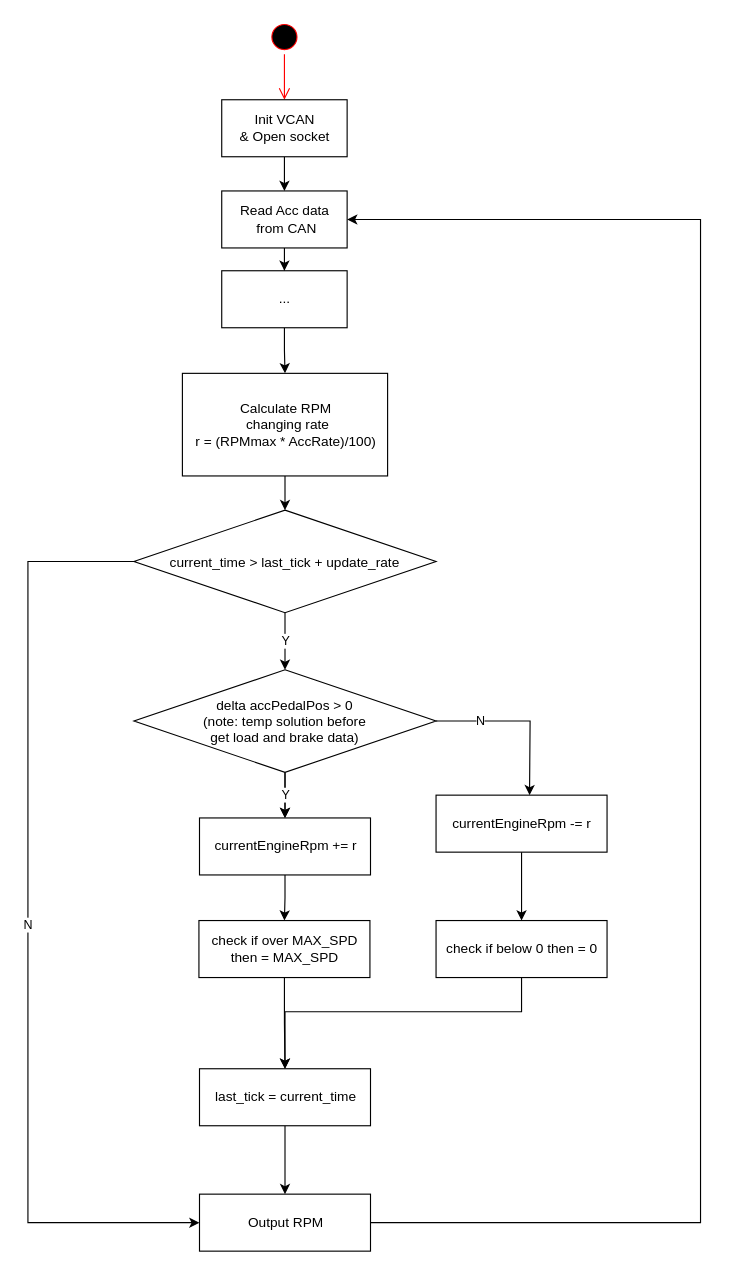
This is Requirements/ControlFlowDiagram.drawio from yongsenliu/Ramone, a draw.io file, before an edit. Source tidied: cells renumbered, new cells numbered last; positions are measured from the earlier drawing's top-left corner, leaving out a move shared by most shapes. Both pictures are drawn from the tidied source at 114%, with x=0, y=0 at pixel (27, 19).
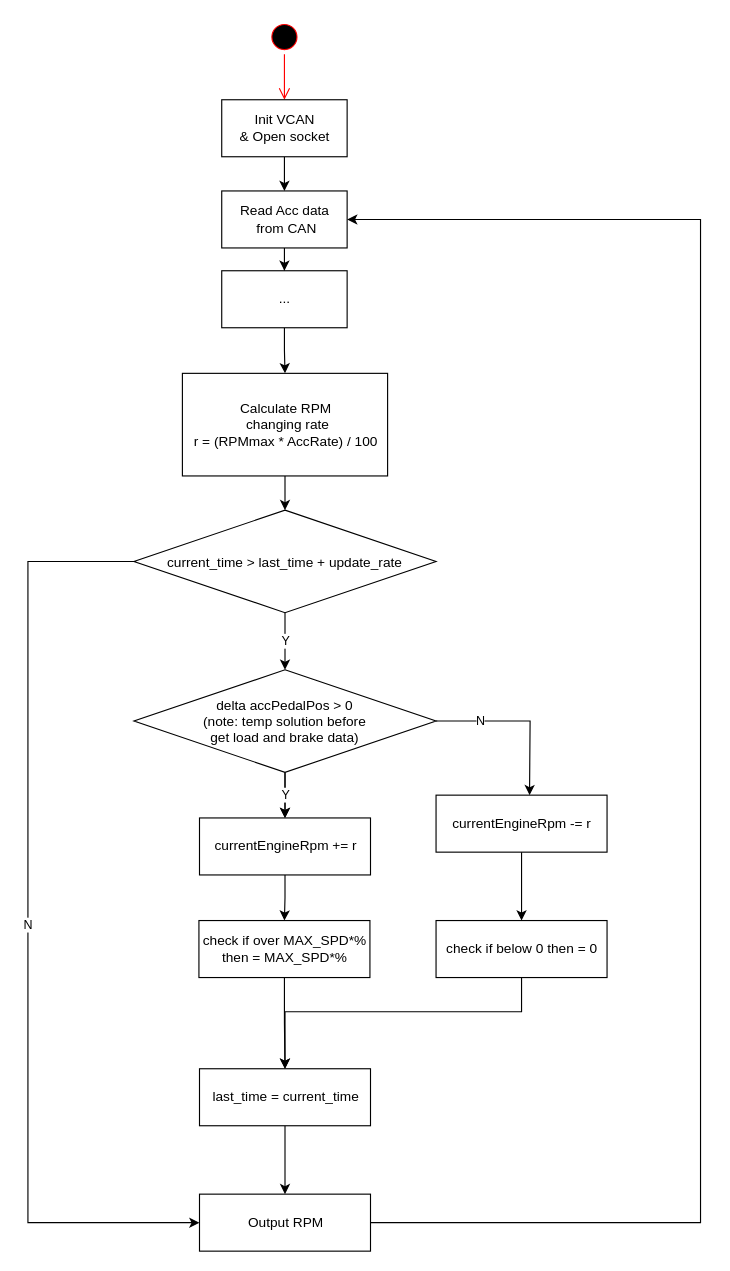
Above is the later version.

The edit, as a diff of the source:
```diff
@@
-    <mxCell id="8" value="current_time &gt; last_tick + update_rate" style="rhombus;" parent="1" vertex="1">
+    <mxCell id="8" value="current_time &gt; last_time + update_rate" style="rhombus;" parent="1" vertex="1">
       <mxGeometry x="93" y="430" width="265" height="90" as="geometry" />
     </mxCell>
@@
-    <mxCell id="12" value="Calculate RPM&lt;br&gt;&amp;nbsp;changing rate&lt;br&gt;r = (RPMmax * AccRate)/100)" style="html=1;" parent="1" vertex="1">
+    <mxCell id="12" value="Calculate RPM&lt;br&gt;&amp;nbsp;changing rate&lt;br&gt;r = (RPMmax * AccRate) / 100" style="html=1;" parent="1" vertex="1">
       <mxGeometry x="135.5" y="310" width="180" height="90" as="geometry" />
     </mxCell>
@@
-    <mxCell id="14" value="last_tick = current_time" style="html=1;" parent="1" vertex="1">
+    <mxCell id="14" value="last_time = current_time" style="html=1;" parent="1" vertex="1">
       <mxGeometry x="150.5" y="920" width="150" height="50" as="geometry" />
     </mxCell>
@@
-    <mxCell id="24" value="check if over MAX_SPD &lt;br&gt;then = MAX_SPD" style="html=1;" parent="1" vertex="1">
+    <mxCell id="24" value="check if over MAX_SPD*%&lt;br&gt;then = MAX_SPD*%" style="html=1;" parent="1" vertex="1">
       <mxGeometry x="150" y="790" width="150" height="50" as="geometry" />
     </mxCell>
```
